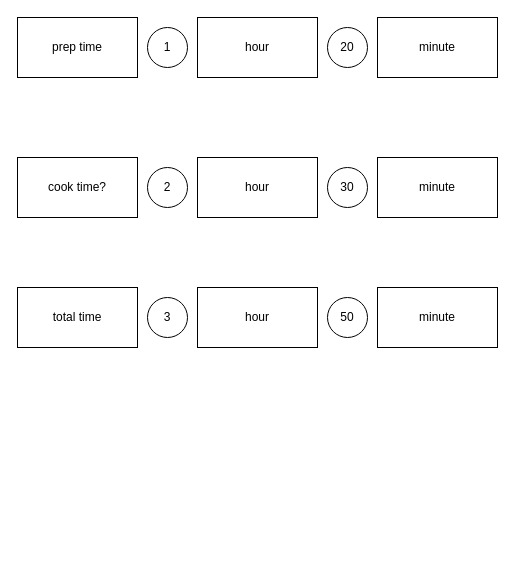
The draw.io diagram img/Untitled Diagram.drawio in AbirAzim/abirazim, before the edit. Source tidied: cells renumbered, new cells numbered last; positions are measured from the earlier drawing's top-left corner, leaving out a move shared by most shapes. Both pictures are drawn from the tidied source at 100%, with x=0, y=0 at pixel (17, 17).
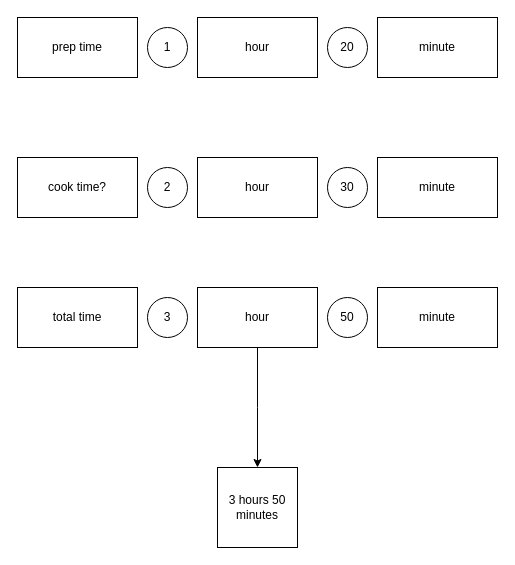
Above is the later version.

Change to the diagram source:
```diff
@@
 <mxGraphModel>
   <root>
     <mxCell id="0" />
     <mxCell id="1" parent="0" />
     <mxCell id="2" value="prep time" style="rounded=0;whiteSpace=wrap;html=1;" parent="1" vertex="1">
       <mxGeometry width="120" height="60" as="geometry" />
     </mxCell>
     <mxCell id="3" value="minute" style="rounded=0;whiteSpace=wrap;html=1;" parent="1" vertex="1">
       <mxGeometry x="360" width="120" height="60" as="geometry" />
     </mxCell>
     <mxCell id="4" value="hour" style="rounded=0;whiteSpace=wrap;html=1;" parent="1" vertex="1">
       <mxGeometry x="180" width="120" height="60" as="geometry" />
     </mxCell>
     <mxCell id="5" value="cook time?" style="rounded=0;whiteSpace=wrap;html=1;" parent="1" vertex="1">
       <mxGeometry y="140" width="120" height="60" as="geometry" />
     </mxCell>
     <mxCell id="6" value="minute" style="rounded=0;whiteSpace=wrap;html=1;" parent="1" vertex="1">
       <mxGeometry x="360" y="140" width="120" height="60" as="geometry" />
     </mxCell>
     <mxCell id="7" value="hour" style="rounded=0;whiteSpace=wrap;html=1;" parent="1" vertex="1">
       <mxGeometry x="180" y="140" width="120" height="60" as="geometry" />
     </mxCell>
     <mxCell id="8" value="total time" style="rounded=0;whiteSpace=wrap;html=1;" parent="1" vertex="1">
       <mxGeometry y="270" width="120" height="60" as="geometry" />
     </mxCell>
     <mxCell id="9" value="minute" style="rounded=0;whiteSpace=wrap;html=1;" parent="1" vertex="1">
       <mxGeometry x="360" y="270" width="120" height="60" as="geometry" />
     </mxCell>
+    <mxCell id="17" style="edgeStyle=orthogonalEdgeStyle;rounded=0;jettySize=auto;html=1;" parent="1" edge="1" source="10">
+      <mxGeometry relative="1" as="geometry">
+        <mxPoint x="240" y="450" as="targetPoint" />
+      </mxGeometry>
+    </mxCell>
     <mxCell id="10" value="hour" style="rounded=0;whiteSpace=wrap;html=1;" parent="1" vertex="1">
       <mxGeometry x="180" y="270" width="120" height="60" as="geometry" />
     </mxCell>
     <mxCell id="11" value="1" style="ellipse;whiteSpace=wrap;html=1;" parent="1" vertex="1">
       <mxGeometry x="130" y="10" width="40" height="40" as="geometry" />
     </mxCell>
     <mxCell id="12" value="20" style="ellipse;whiteSpace=wrap;html=1;" parent="1" vertex="1">
       <mxGeometry x="310" y="10" width="40" height="40" as="geometry" />
     </mxCell>
     <mxCell id="13" value="30" style="ellipse;whiteSpace=wrap;html=1;" parent="1" vertex="1">
       <mxGeometry x="310" y="150" width="40" height="40" as="geometry" />
     </mxCell>
     <mxCell id="14" value="50" style="ellipse;whiteSpace=wrap;html=1;" parent="1" vertex="1">
       <mxGeometry x="310" y="280" width="40" height="40" as="geometry" />
     </mxCell>
     <mxCell id="15" value="3" style="ellipse;whiteSpace=wrap;html=1;" parent="1" vertex="1">
       <mxGeometry x="130" y="280" width="40" height="40" as="geometry" />
     </mxCell>
     <mxCell id="16" value="2" style="ellipse;whiteSpace=wrap;html=1;" parent="1" vertex="1">
       <mxGeometry x="130" y="150" width="40" height="40" as="geometry" />
     </mxCell>
+    <mxCell id="18" value="3 hours 50 minutes" style="whiteSpace=wrap;html=1;" parent="1" vertex="1">
+      <mxGeometry x="200" y="450" width="80" height="80" as="geometry" />
+    </mxCell>
   </root>
 </mxGraphModel>
```
